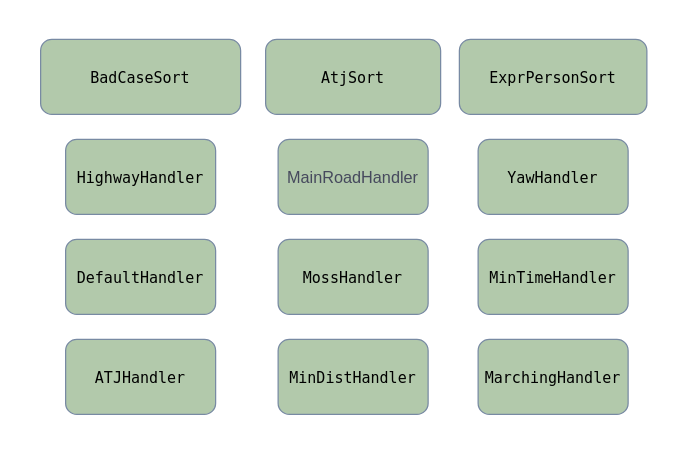
Asucan/reduce_memory keeps this draw.io diagram as page "Page-2" (2 of 2) of test.drawio. Above is the earlier version. Source tidied: cells renumbered, new cells numbered last; positions are measured from the earlier drawing's top-left corner, leaving out a move shared by most shapes. Both pictures are drawn from the tidied source at 125%, with x=0, y=0 at pixel (40, 39).
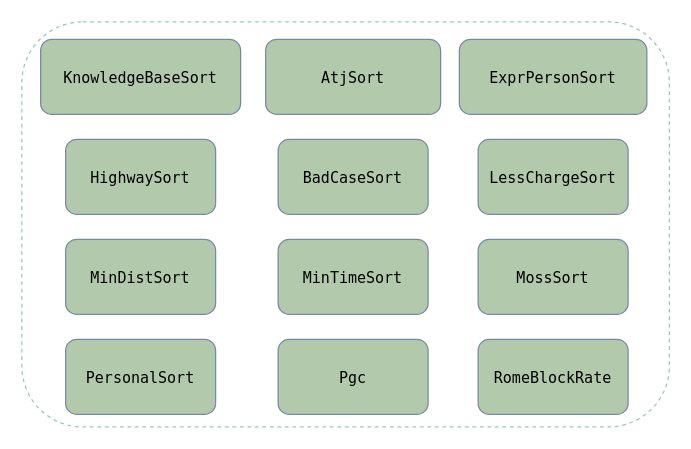
After the change.

Change to the diagram source:
```diff
@@
 <mxGraphModel>
   <root>
     <mxCell id="0" />
     <mxCell id="1" parent="0" />
-    <mxCell id="2" value="&lt;font style=&quot;font-size: 13px&quot;&gt;MainRoadHandler&lt;/font&gt;" style="rounded=1;whiteSpace=wrap;html=1;fillColor=#B2C9AB;strokeColor=#788AA3;fontColor=#46495D;" parent="1" vertex="1">
+    <mxCell id="2" value="&lt;div style=&quot;font-family: &amp;#34;menlo&amp;#34; , &amp;#34;monaco&amp;#34; , &amp;#34;courier new&amp;#34; , monospace ; line-height: 18px&quot;&gt;&lt;span style=&quot;color: rgb(0 , 0 , 0)&quot;&gt;BadCaseSort&lt;/span&gt;&lt;br&gt;&lt;/div&gt;" style="rounded=1;whiteSpace=wrap;html=1;fillColor=#B2C9AB;strokeColor=#788AA3;fontColor=#46495D;" parent="1" vertex="1">
       <mxGeometry x="190" y="80" width="120" height="60" as="geometry" />
     </mxCell>
-    <mxCell id="3" value="&lt;div style=&quot;font-family: &amp;#34;menlo&amp;#34; , &amp;#34;monaco&amp;#34; , &amp;#34;courier new&amp;#34; , monospace ; line-height: 18px&quot;&gt;&lt;font color=&quot;#000000&quot;&gt;MossHandler&lt;/font&gt;&lt;/div&gt;" style="rounded=1;whiteSpace=wrap;html=1;fillColor=#B2C9AB;strokeColor=#788AA3;fontColor=#46495D;" parent="1" vertex="1">
+    <mxCell id="3" value="&lt;div style=&quot;font-family: &amp;#34;menlo&amp;#34; , &amp;#34;monaco&amp;#34; , &amp;#34;courier new&amp;#34; , monospace ; line-height: 18px&quot;&gt;&lt;div style=&quot;font-family: &amp;#34;menlo&amp;#34; , &amp;#34;monaco&amp;#34; , &amp;#34;courier new&amp;#34; , monospace ; line-height: 18px&quot;&gt;&lt;font color=&quot;#000000&quot;&gt;MinTimeSort&lt;/font&gt;&lt;/div&gt;&lt;/div&gt;" style="rounded=1;whiteSpace=wrap;html=1;fillColor=#B2C9AB;strokeColor=#788AA3;fontColor=#46495D;" parent="1" vertex="1">
       <mxGeometry x="190" y="160" width="120" height="60" as="geometry" />
     </mxCell>
-    <mxCell id="4" value="&lt;div style=&quot;font-family: &amp;#34;menlo&amp;#34; , &amp;#34;monaco&amp;#34; , &amp;#34;courier new&amp;#34; , monospace ; line-height: 18px&quot;&gt;&lt;font color=&quot;#000000&quot;&gt;YawHandler&lt;/font&gt;&lt;/div&gt;" style="rounded=1;whiteSpace=wrap;html=1;fillColor=#B2C9AB;strokeColor=#788AA3;fontColor=#46495D;" parent="1" vertex="1">
+    <mxCell id="4" value="&lt;div style=&quot;font-family: &amp;#34;menlo&amp;#34; , &amp;#34;monaco&amp;#34; , &amp;#34;courier new&amp;#34; , monospace ; line-height: 18px&quot;&gt;&lt;div style=&quot;font-family: &amp;#34;menlo&amp;#34; , &amp;#34;monaco&amp;#34; , &amp;#34;courier new&amp;#34; , monospace ; line-height: 18px&quot;&gt;&lt;font color=&quot;#000000&quot;&gt;LessChargeSort&lt;/font&gt;&lt;/div&gt;&lt;/div&gt;" style="rounded=1;whiteSpace=wrap;html=1;fillColor=#B2C9AB;strokeColor=#788AA3;fontColor=#46495D;" parent="1" vertex="1">
       <mxGeometry x="350" y="80" width="120" height="60" as="geometry" />
     </mxCell>
-    <mxCell id="5" value="&lt;div style=&quot;font-family: &amp;#34;menlo&amp;#34; , &amp;#34;monaco&amp;#34; , &amp;#34;courier new&amp;#34; , monospace ; line-height: 18px&quot;&gt;&lt;font color=&quot;#000000&quot;&gt;MinTimeHandler&lt;/font&gt;&lt;/div&gt;" style="rounded=1;whiteSpace=wrap;html=1;fillColor=#B2C9AB;strokeColor=#788AA3;fontColor=#46495D;" parent="1" vertex="1">
+    <mxCell id="5" value="&lt;div style=&quot;font-family: &amp;#34;menlo&amp;#34; , &amp;#34;monaco&amp;#34; , &amp;#34;courier new&amp;#34; , monospace ; line-height: 18px&quot;&gt;&lt;div style=&quot;font-family: &amp;#34;menlo&amp;#34; , &amp;#34;monaco&amp;#34; , &amp;#34;courier new&amp;#34; , monospace ; line-height: 18px&quot;&gt;&lt;font color=&quot;#000000&quot;&gt;MossSort&lt;/font&gt;&lt;/div&gt;&lt;/div&gt;" style="rounded=1;whiteSpace=wrap;html=1;fillColor=#B2C9AB;strokeColor=#788AA3;fontColor=#46495D;" parent="1" vertex="1">
       <mxGeometry x="350" y="160" width="120" height="60" as="geometry" />
     </mxCell>
-    <mxCell id="6" value="&lt;div style=&quot;font-family: &amp;#34;menlo&amp;#34; , &amp;#34;monaco&amp;#34; , &amp;#34;courier new&amp;#34; , monospace ; line-height: 18px&quot;&gt;&lt;div style=&quot;font-family: &amp;#34;menlo&amp;#34; , &amp;#34;monaco&amp;#34; , &amp;#34;courier new&amp;#34; , monospace ; line-height: 18px&quot;&gt;&lt;font color=&quot;#000000&quot;&gt;MinDistHandler&lt;/font&gt;&lt;/div&gt;&lt;/div&gt;" style="rounded=1;whiteSpace=wrap;html=1;fillColor=#B2C9AB;strokeColor=#788AA3;fontColor=#46495D;" parent="1" vertex="1">
+    <mxCell id="6" value="&lt;div style=&quot;font-family: &amp;#34;menlo&amp;#34; , &amp;#34;monaco&amp;#34; , &amp;#34;courier new&amp;#34; , monospace ; line-height: 18px&quot;&gt;&lt;div style=&quot;font-family: &amp;#34;menlo&amp;#34; , &amp;#34;monaco&amp;#34; , &amp;#34;courier new&amp;#34; , monospace ; line-height: 18px&quot;&gt;&lt;div style=&quot;font-family: &amp;#34;menlo&amp;#34; , &amp;#34;monaco&amp;#34; , &amp;#34;courier new&amp;#34; , monospace ; line-height: 18px&quot;&gt;&lt;font color=&quot;#000000&quot;&gt;Pgc&lt;/font&gt;&lt;/div&gt;&lt;/div&gt;&lt;/div&gt;" style="rounded=1;whiteSpace=wrap;html=1;fillColor=#B2C9AB;strokeColor=#788AA3;fontColor=#46495D;" parent="1" vertex="1">
       <mxGeometry x="190" y="240" width="120" height="60" as="geometry" />
     </mxCell>
-    <mxCell id="7" value="&lt;div style=&quot;font-family: &amp;#34;menlo&amp;#34; , &amp;#34;monaco&amp;#34; , &amp;#34;courier new&amp;#34; , monospace ; line-height: 18px&quot;&gt;&lt;font color=&quot;#000000&quot;&gt;MarchingHandler&lt;/font&gt;&lt;/div&gt;" style="rounded=1;whiteSpace=wrap;html=1;fillColor=#B2C9AB;strokeColor=#788AA3;fontColor=#46495D;" parent="1" vertex="1">
+    <mxCell id="7" value="&lt;div style=&quot;font-family: &amp;#34;menlo&amp;#34; , &amp;#34;monaco&amp;#34; , &amp;#34;courier new&amp;#34; , monospace ; line-height: 18px&quot;&gt;&lt;div style=&quot;font-family: &amp;#34;menlo&amp;#34; , &amp;#34;monaco&amp;#34; , &amp;#34;courier new&amp;#34; , monospace ; line-height: 18px&quot;&gt;&lt;font color=&quot;#000000&quot;&gt;RomeBlockRate&lt;/font&gt;&lt;/div&gt;&lt;/div&gt;" style="rounded=1;whiteSpace=wrap;html=1;fillColor=#B2C9AB;strokeColor=#788AA3;fontColor=#46495D;" parent="1" vertex="1">
       <mxGeometry x="350" y="240" width="120" height="60" as="geometry" />
     </mxCell>
-    <mxCell id="8" value="&lt;div style=&quot;font-family: &amp;#34;menlo&amp;#34; , &amp;#34;monaco&amp;#34; , &amp;#34;courier new&amp;#34; , monospace ; line-height: 18px&quot;&gt;&lt;font color=&quot;#000000&quot;&gt;DefaultHandler&lt;/font&gt;&lt;/div&gt;" style="rounded=1;whiteSpace=wrap;html=1;fillColor=#B2C9AB;strokeColor=#788AA3;fontColor=#46495D;" parent="1" vertex="1">
+    <mxCell id="8" value="&lt;div style=&quot;font-family: &amp;#34;menlo&amp;#34; , &amp;#34;monaco&amp;#34; , &amp;#34;courier new&amp;#34; , monospace ; line-height: 18px&quot;&gt;&lt;div style=&quot;font-family: &amp;#34;menlo&amp;#34; , &amp;#34;monaco&amp;#34; , &amp;#34;courier new&amp;#34; , monospace ; line-height: 18px&quot;&gt;&lt;font color=&quot;#000000&quot;&gt;MinDistSort&lt;/font&gt;&lt;/div&gt;&lt;/div&gt;" style="rounded=1;whiteSpace=wrap;html=1;fillColor=#B2C9AB;strokeColor=#788AA3;fontColor=#46495D;" parent="1" vertex="1">
       <mxGeometry x="20" y="160" width="120" height="60" as="geometry" />
     </mxCell>
-    <mxCell id="9" value="&lt;div style=&quot;font-family: &amp;#34;menlo&amp;#34; , &amp;#34;monaco&amp;#34; , &amp;#34;courier new&amp;#34; , monospace ; line-height: 18px&quot;&gt;&lt;font color=&quot;#000000&quot;&gt;HighwayHandler&lt;/font&gt;&lt;/div&gt;" style="rounded=1;whiteSpace=wrap;html=1;fillColor=#B2C9AB;strokeColor=#788AA3;fontColor=#46495D;" parent="1" vertex="1">
+    <mxCell id="9" value="&lt;div style=&quot;font-family: &amp;#34;menlo&amp;#34; , &amp;#34;monaco&amp;#34; , &amp;#34;courier new&amp;#34; , monospace ; line-height: 18px&quot;&gt;&lt;div style=&quot;font-family: &amp;#34;menlo&amp;#34; , &amp;#34;monaco&amp;#34; , &amp;#34;courier new&amp;#34; , monospace ; line-height: 18px&quot;&gt;&lt;font color=&quot;#000000&quot;&gt;HighwaySort&lt;/font&gt;&lt;/div&gt;&lt;/div&gt;" style="rounded=1;whiteSpace=wrap;html=1;fillColor=#B2C9AB;strokeColor=#788AA3;fontColor=#46495D;" parent="1" vertex="1">
       <mxGeometry x="20" y="80" width="120" height="60" as="geometry" />
     </mxCell>
-    <mxCell id="10" value="&lt;div style=&quot;line-height: 18px&quot;&gt;&lt;div style=&quot;line-height: 18px&quot;&gt;&lt;div style=&quot;font-family: &amp;#34;menlo&amp;#34; , &amp;#34;monaco&amp;#34; , &amp;#34;courier new&amp;#34; , monospace ; line-height: 18px&quot;&gt;&lt;font color=&quot;#000000&quot;&gt;BadCaseSort&lt;/font&gt;&lt;/div&gt;&lt;/div&gt;&lt;/div&gt;" style="rounded=1;whiteSpace=wrap;html=1;fillColor=#B2C9AB;strokeColor=#788AA3;fontColor=#46495D;" parent="1" vertex="1">
+    <mxCell id="10" value="&lt;div style=&quot;line-height: 18px&quot;&gt;&lt;div style=&quot;line-height: 18px&quot;&gt;&lt;div style=&quot;font-family: &amp;#34;menlo&amp;#34; , &amp;#34;monaco&amp;#34; , &amp;#34;courier new&amp;#34; , monospace ; line-height: 18px&quot;&gt;&lt;span style=&quot;color: rgb(0 , 0 , 0)&quot;&gt;KnowledgeBaseSort&lt;/span&gt;&lt;/div&gt;&lt;/div&gt;&lt;/div&gt;" style="rounded=1;whiteSpace=wrap;html=1;fillColor=#B2C9AB;strokeColor=#788AA3;fontColor=#46495D;" parent="1" vertex="1">
       <mxGeometry width="160" height="60" as="geometry" />
     </mxCell>
     <mxCell id="11" value="&lt;div style=&quot;line-height: 18px&quot;&gt;&lt;font color=&quot;#000000&quot; face=&quot;menlo, monaco, courier new, monospace&quot;&gt;AtjSort&lt;/font&gt;&lt;br&gt;&lt;/div&gt;" style="rounded=1;whiteSpace=wrap;html=1;fillColor=#B2C9AB;strokeColor=#788AA3;fontColor=#46495D;" parent="1" vertex="1">
       <mxGeometry x="180" width="140" height="60" as="geometry" />
     </mxCell>
-    <mxCell id="12" value="&lt;div style=&quot;font-family: &amp;#34;menlo&amp;#34; , &amp;#34;monaco&amp;#34; , &amp;#34;courier new&amp;#34; , monospace ; line-height: 18px&quot;&gt;&lt;font color=&quot;#000000&quot;&gt;ATJHandler&lt;/font&gt;&lt;/div&gt;" style="rounded=1;whiteSpace=wrap;html=1;fillColor=#B2C9AB;strokeColor=#788AA3;fontColor=#46495D;" parent="1" vertex="1">
+    <mxCell id="12" value="&lt;div style=&quot;font-family: &amp;#34;menlo&amp;#34; , &amp;#34;monaco&amp;#34; , &amp;#34;courier new&amp;#34; , monospace ; line-height: 18px&quot;&gt;&lt;div style=&quot;font-family: &amp;#34;menlo&amp;#34; , &amp;#34;monaco&amp;#34; , &amp;#34;courier new&amp;#34; , monospace ; line-height: 18px&quot;&gt;&lt;font color=&quot;#000000&quot;&gt;PersonalSort&lt;/font&gt;&lt;/div&gt;&lt;/div&gt;" style="rounded=1;whiteSpace=wrap;html=1;fillColor=#B2C9AB;strokeColor=#788AA3;fontColor=#46495D;" parent="1" vertex="1">
       <mxGeometry x="20" y="240" width="120" height="60" as="geometry" />
     </mxCell>
     <mxCell id="13" value="&lt;div style=&quot;font-family: &amp;#34;menlo&amp;#34; , &amp;#34;monaco&amp;#34; , &amp;#34;courier new&amp;#34; , monospace ; line-height: 18px&quot;&gt;&lt;div style=&quot;font-family: &amp;#34;menlo&amp;#34; , &amp;#34;monaco&amp;#34; , &amp;#34;courier new&amp;#34; , monospace ; line-height: 18px&quot;&gt;&lt;font color=&quot;#000000&quot;&gt;ExprPersonSort&lt;/font&gt;&lt;/div&gt;&lt;/div&gt;" style="rounded=1;whiteSpace=wrap;html=1;fillColor=#B2C9AB;strokeColor=#788AA3;fontColor=#46495D;" parent="1" vertex="1">
       <mxGeometry x="335" width="150" height="60" as="geometry" />
     </mxCell>
+    <mxCell id="14" style="rounded=1;whiteSpace=wrap;html=1;fillColor=none;dashed=1;strokeColor=#9AC7BF;" parent="1" vertex="1">
+      <mxGeometry x="-15" y="-14" width="518" height="324" as="geometry" />
+    </mxCell>
   </root>
 </mxGraphModel>
```
